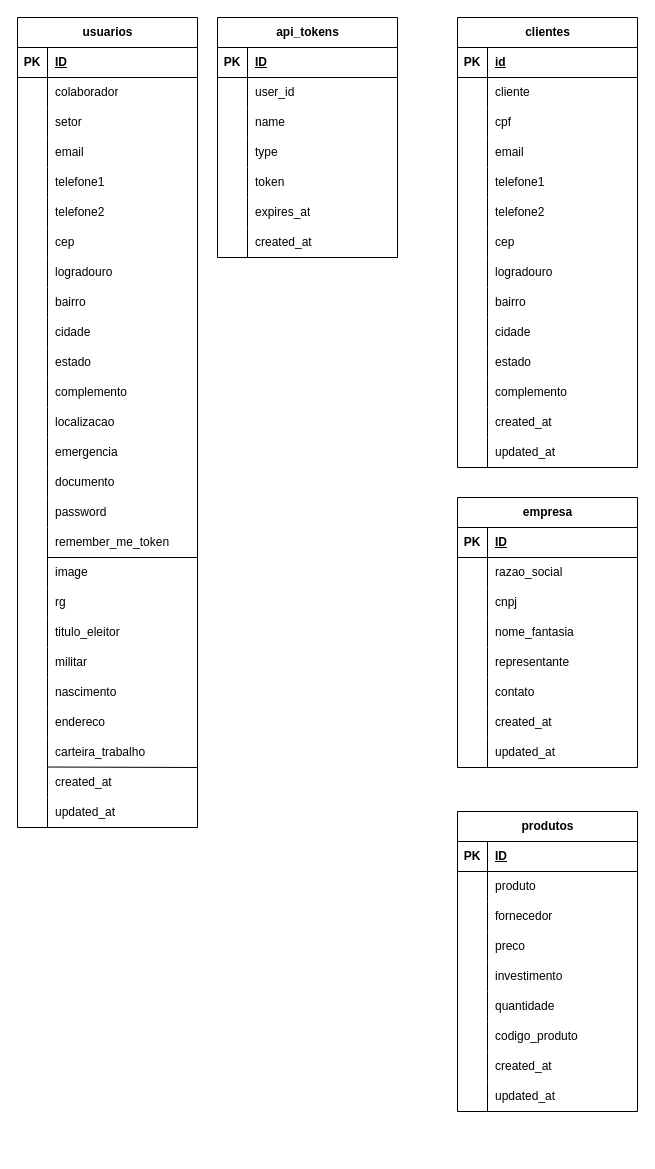
Above: resources/draw/diagrama_classe.drawio in VitorCostaTI/LingoBack (draw.io), before the change. Source tidied: cells renumbered, new cells numbered last; positions are measured from the earlier drawing's top-left corner, leaving out a move shared by most shapes. Both pictures are drawn from the tidied source at 100%, with x=0, y=0 at pixel (17, 17).
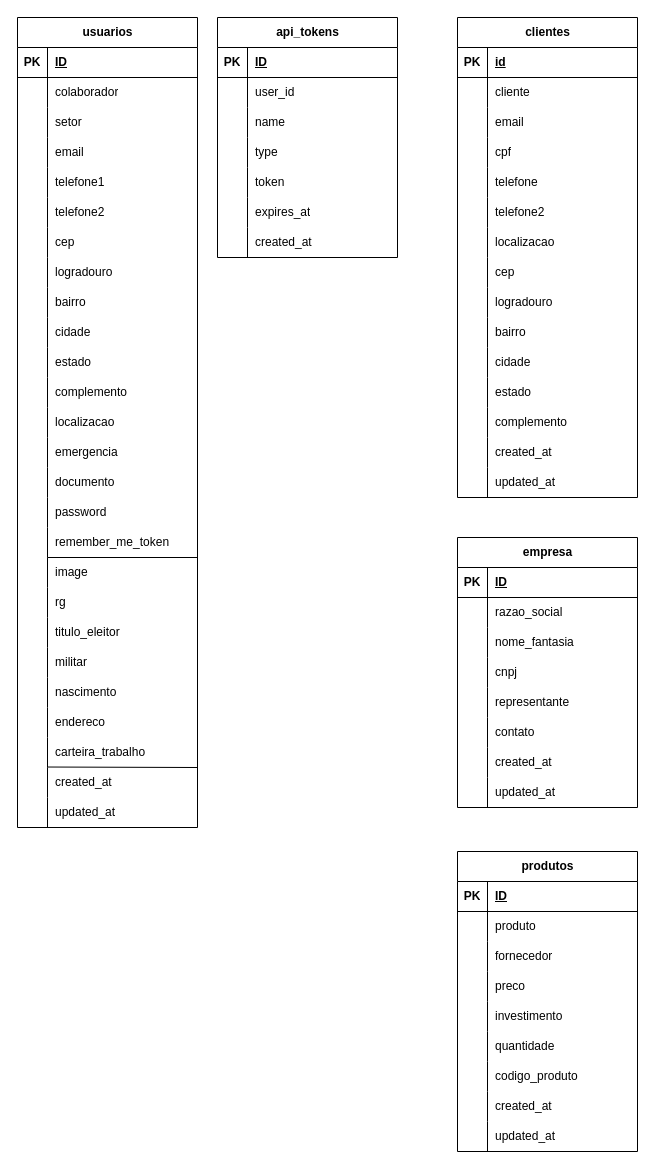
After the change.

The change refers to these unchanged cells:
```xml
<mxCell id="118" style="shape=tableRow;horizontal=0;startSize=0;swimlaneHead=0;swimlaneBody=0;fillColor=none;top=0;left=0;right=0;bottom=0;" parent="105" vertex="1">
  <mxGeometry y="150" width="180" height="30" as="geometry" />
</mxCell>
```

Change to the diagram source:
```diff
@@
     <mxCell id="105" value="clientes" style="shape=table;startSize=30;childLayout=tableLayout;rowLines=0;fontStyle=1;align=center;html=1;" parent="1" vertex="1">
-      <mxGeometry x="440" width="180" height="450" as="geometry" />
+      <mxGeometry x="440" width="180" height="480" as="geometry" />
     </mxCell>
@@
+    <mxCell id="115" style="shape=tableRow;horizontal=0;startSize=0;swimlaneHead=0;swimlaneBody=0;fillColor=none;top=0;left=0;right=0;bottom=0;" parent="105" vertex="1">
+      <mxGeometry y="90" width="180" height="30" as="geometry" />
+    </mxCell>
+    <mxCell id="116" style="shape=partialRectangle;fillColor=none;top=0;left=0;bottom=0;right=0;overflow=hidden;whiteSpace=wrap;html=1;" parent="115" vertex="1">
+      <mxGeometry width="30" height="30" as="geometry" />
+    </mxCell>
+    <mxCell id="117" value="email" style="shape=partialRectangle;fillColor=none;top=0;left=0;bottom=0;right=0;align=left;spacingLeft=6;overflow=hidden;whiteSpace=wrap;html=1;" parent="115" vertex="1">
+      <mxGeometry x="30" width="150" height="30" as="geometry" />
+    </mxCell>
     <mxCell id="112" style="shape=tableRow;horizontal=0;startSize=0;swimlaneHead=0;swimlaneBody=0;fillColor=none;top=0;left=0;right=0;bottom=0;" parent="105" vertex="1">
-      <mxGeometry y="90" width="180" height="30" as="geometry" />
+      <mxGeometry y="120" width="180" height="30" as="geometry" />
     </mxCell>
@@
-    <mxCell id="115" style="shape=tableRow;horizontal=0;startSize=0;swimlaneHead=0;swimlaneBody=0;fillColor=none;top=0;left=0;right=0;bottom=0;" parent="105" vertex="1">
-      <mxGeometry y="120" width="180" height="30" as="geometry" />
-    </mxCell>
-    <mxCell id="116" style="shape=partialRectangle;fillColor=none;top=0;left=0;bottom=0;right=0;overflow=hidden;whiteSpace=wrap;html=1;" parent="115" vertex="1">
-      <mxGeometry width="30" height="30" as="geometry" />
-    </mxCell>
-    <mxCell id="117" value="email" style="shape=partialRectangle;fillColor=none;top=0;left=0;bottom=0;right=0;align=left;spacingLeft=6;overflow=hidden;whiteSpace=wrap;html=1;" parent="115" vertex="1">
-      <mxGeometry x="30" width="150" height="30" as="geometry" />
-    </mxCell>
@@
-    <mxCell id="120" value="telefone1" style="shape=partialRectangle;fillColor=none;top=0;left=0;bottom=0;right=0;align=left;spacingLeft=6;overflow=hidden;whiteSpace=wrap;html=1;" parent="118" vertex="1">
+    <mxCell id="120" value="telefone" style="shape=partialRectangle;fillColor=none;top=0;left=0;bottom=0;right=0;align=left;spacingLeft=6;overflow=hidden;whiteSpace=wrap;html=1;" parent="118" vertex="1">
       <mxGeometry x="30" width="150" height="30" as="geometry" />
     </mxCell>
@@
+    <mxCell id="201" style="shape=tableRow;horizontal=0;startSize=0;swimlaneHead=0;swimlaneBody=0;fillColor=none;top=0;left=0;right=0;bottom=0;" parent="105" vertex="1">
+      <mxGeometry y="210" width="180" height="30" as="geometry" />
+    </mxCell>
+    <mxCell id="202" style="shape=partialRectangle;fillColor=none;top=0;left=0;bottom=0;right=0;overflow=hidden;whiteSpace=wrap;html=1;" parent="201" vertex="1">
+      <mxGeometry width="30" height="30" as="geometry" />
+    </mxCell>
+    <mxCell id="203" value="localizacao" style="shape=partialRectangle;fillColor=none;top=0;left=0;bottom=0;right=0;align=left;spacingLeft=6;overflow=hidden;whiteSpace=wrap;html=1;" parent="201" vertex="1">
+      <mxGeometry x="30" width="150" height="30" as="geometry" />
+    </mxCell>
     <mxCell id="124" style="shape=tableRow;horizontal=0;startSize=0;swimlaneHead=0;swimlaneBody=0;fillColor=none;top=0;left=0;right=0;bottom=0;" parent="105" vertex="1">
-      <mxGeometry y="210" width="180" height="30" as="geometry" />
+      <mxGeometry y="240" width="180" height="30" as="geometry" />
     </mxCell>
@@
     <mxCell id="127" style="shape=tableRow;horizontal=0;startSize=0;swimlaneHead=0;swimlaneBody=0;fillColor=none;top=0;left=0;right=0;bottom=0;" parent="105" vertex="1">
-      <mxGeometry y="240" width="180" height="30" as="geometry" />
+      <mxGeometry y="270" width="180" height="30" as="geometry" />
     </mxCell>
@@
     <mxCell id="130" style="shape=tableRow;horizontal=0;startSize=0;swimlaneHead=0;swimlaneBody=0;fillColor=none;top=0;left=0;right=0;bottom=0;" parent="105" vertex="1">
-      <mxGeometry y="270" width="180" height="30" as="geometry" />
+      <mxGeometry y="300" width="180" height="30" as="geometry" />
     </mxCell>
@@
     <mxCell id="133" style="shape=tableRow;horizontal=0;startSize=0;swimlaneHead=0;swimlaneBody=0;fillColor=none;top=0;left=0;right=0;bottom=0;" parent="105" vertex="1">
-      <mxGeometry y="300" width="180" height="30" as="geometry" />
+      <mxGeometry y="330" width="180" height="30" as="geometry" />
     </mxCell>
@@
     <mxCell id="136" style="shape=tableRow;horizontal=0;startSize=0;swimlaneHead=0;swimlaneBody=0;fillColor=none;top=0;left=0;right=0;bottom=0;" parent="105" vertex="1">
-      <mxGeometry y="330" width="180" height="30" as="geometry" />
+      <mxGeometry y="360" width="180" height="30" as="geometry" />
     </mxCell>
@@
     <mxCell id="139" style="shape=tableRow;horizontal=0;startSize=0;swimlaneHead=0;swimlaneBody=0;fillColor=none;top=0;left=0;right=0;bottom=0;" parent="105" vertex="1">
-      <mxGeometry y="360" width="180" height="30" as="geometry" />
+      <mxGeometry y="390" width="180" height="30" as="geometry" />
     </mxCell>
@@
     <mxCell id="142" style="shape=tableRow;horizontal=0;startSize=0;swimlaneHead=0;swimlaneBody=0;fillColor=none;top=0;left=0;right=0;bottom=0;" parent="105" vertex="1">
-      <mxGeometry y="390" width="180" height="30" as="geometry" />
+      <mxGeometry y="420" width="180" height="30" as="geometry" />
     </mxCell>
@@
     <mxCell id="145" style="shape=tableRow;horizontal=0;startSize=0;swimlaneHead=0;swimlaneBody=0;fillColor=none;top=0;left=0;right=0;bottom=0;" parent="105" vertex="1">
-      <mxGeometry y="420" width="180" height="30" as="geometry" />
+      <mxGeometry y="450" width="180" height="30" as="geometry" />
     </mxCell>
@@
     <mxCell id="148" value="empresa" style="shape=table;startSize=30;childLayout=tableLayout;rowLines=0;fontStyle=1;align=center;html=1;" parent="1" vertex="1">
-      <mxGeometry x="440" y="480" width="180" height="270" as="geometry" />
+      <mxGeometry x="440" y="520" width="180" height="270" as="geometry" />
     </mxCell>
@@
+    <mxCell id="158" style="shape=tableRow;horizontal=0;startSize=0;swimlaneHead=0;swimlaneBody=0;fillColor=none;top=0;left=0;right=0;bottom=0;" parent="148" vertex="1">
+      <mxGeometry y="90" width="180" height="30" as="geometry" />
+    </mxCell>
+    <mxCell id="159" style="shape=partialRectangle;fillColor=none;top=0;left=0;bottom=0;right=0;overflow=hidden;whiteSpace=wrap;html=1;" parent="158" vertex="1">
+      <mxGeometry width="30" height="30" as="geometry" />
+    </mxCell>
+    <mxCell id="160" value="nome_fantasia" style="shape=partialRectangle;fillColor=none;top=0;left=0;bottom=0;right=0;align=left;spacingLeft=6;overflow=hidden;whiteSpace=wrap;html=1;" parent="158" vertex="1">
+      <mxGeometry x="30" width="150" height="30" as="geometry" />
+    </mxCell>
     <mxCell id="155" style="shape=tableRow;horizontal=0;startSize=0;swimlaneHead=0;swimlaneBody=0;fillColor=none;top=0;left=0;right=0;bottom=0;" parent="148" vertex="1">
-      <mxGeometry y="90" width="180" height="30" as="geometry" />
+      <mxGeometry y="120" width="180" height="30" as="geometry" />
     </mxCell>
@@
-    <mxCell id="158" style="shape=tableRow;horizontal=0;startSize=0;swimlaneHead=0;swimlaneBody=0;fillColor=none;top=0;left=0;right=0;bottom=0;" parent="148" vertex="1">
-      <mxGeometry y="120" width="180" height="30" as="geometry" />
-    </mxCell>
-    <mxCell id="159" style="shape=partialRectangle;fillColor=none;top=0;left=0;bottom=0;right=0;overflow=hidden;whiteSpace=wrap;html=1;" parent="158" vertex="1">
-      <mxGeometry width="30" height="30" as="geometry" />
-    </mxCell>
-    <mxCell id="160" value="nome_fantasia" style="shape=partialRectangle;fillColor=none;top=0;left=0;bottom=0;right=0;align=left;spacingLeft=6;overflow=hidden;whiteSpace=wrap;html=1;" parent="158" vertex="1">
-      <mxGeometry x="30" width="150" height="30" as="geometry" />
-    </mxCell>
@@
     <mxCell id="173" value="produtos" style="shape=table;startSize=30;childLayout=tableLayout;rowLines=0;fontStyle=1;align=center;html=1;" parent="1" vertex="1">
-      <mxGeometry x="440" y="794" width="180" height="300" as="geometry" />
+      <mxGeometry x="440" y="834" width="180" height="300" as="geometry" />
     </mxCell>
```
